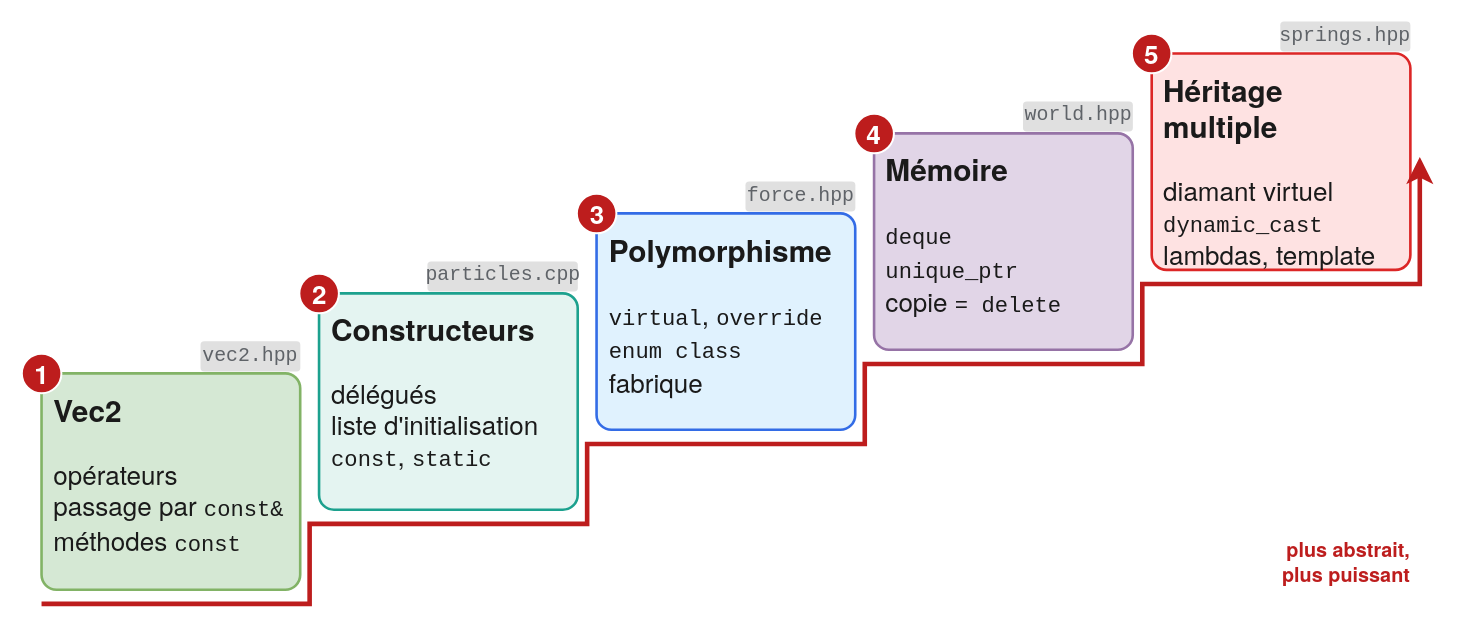
The draw.io diagram assets/presentation/schemas/notions.drawio in Audr1c/POOProject, before the edit. Source tidied: cells renumbered, new cells numbered last; positions are measured from the earlier drawing's top-left corner, leaving out a move shared by most shapes. Both pictures are drawn from the tidied source at 124%, with x=0, y=0 at pixel (21, 21).
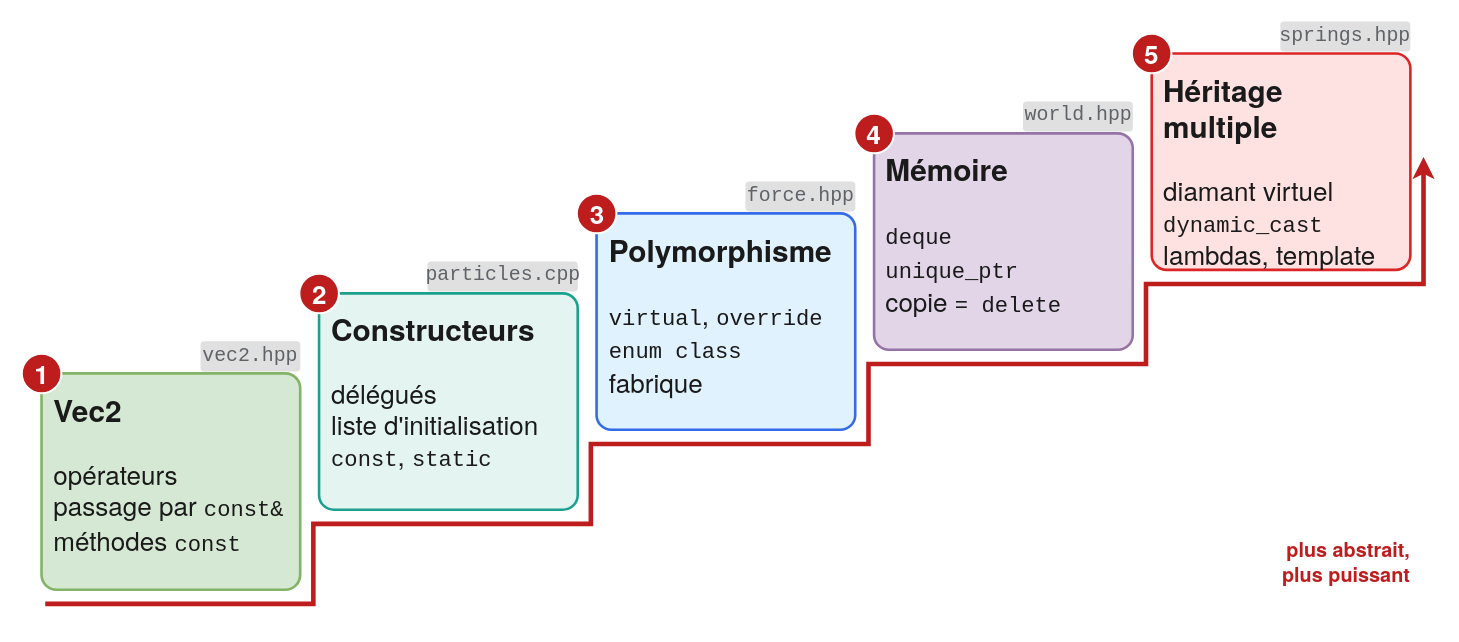
After the change.

What changed in the source:
```diff
@@
-    <mxCell id="17" style="edgeStyle=none;html=1;rounded=0;strokeColor=#BD1D1D;strokeWidth=2.1;endArrow=classic;endFill=1;endSize=8;strokeWidth=3.7;endSize=10;" parent="1" edge="1">
+    <mxCell id="17" style="edgeStyle=none;html=1;rounded=0;strokeColor=#BD1D1D;strokeWidth=2.1;endArrow=classic;endFill=1;strokeWidth=3.7;flowAnimation=0;followTerminals=0;shadow=0;orthogonal=0;orthogonalLoop=0;" parent="1" edge="1">
       <mxGeometry relative="1" as="geometry">
-        <mxPoint x="16" y="469.5" as="sourcePoint" />
-        <mxPoint x="1127.5" y="109.1" as="targetPoint" />
+        <mxPoint x="19" y="469.5" as="sourcePoint" />
+        <mxPoint x="1130.5" y="109.1" as="targetPoint" />
         <Array as="points">
-          <mxPoint x="232.2" y="469.5" />
-          <mxPoint x="232.2" y="405" />
-          <mxPoint x="456" y="405" />
-          <mxPoint x="456" y="340.5" />
-          <mxPoint x="679.9" y="340.5" />
-          <mxPoint x="679.9" y="276" />
-          <mxPoint x="903.7" y="276" />
-          <mxPoint x="903.7" y="211.5" />
-          <mxPoint x="1127.5" y="211.5" />
+          <mxPoint x="235.2" y="469.5" />
+          <mxPoint x="235.2" y="405" />
+          <mxPoint x="459" y="405" />
+          <mxPoint x="459" y="340.5" />
+          <mxPoint x="682.9" y="340.5" />
+          <mxPoint x="682.9" y="276" />
+          <mxPoint x="906.7" y="276" />
+          <mxPoint x="906.7" y="211.5" />
+          <mxPoint x="1130.5" y="211.5" />
         </Array>
       </mxGeometry>
     </mxCell>
```
